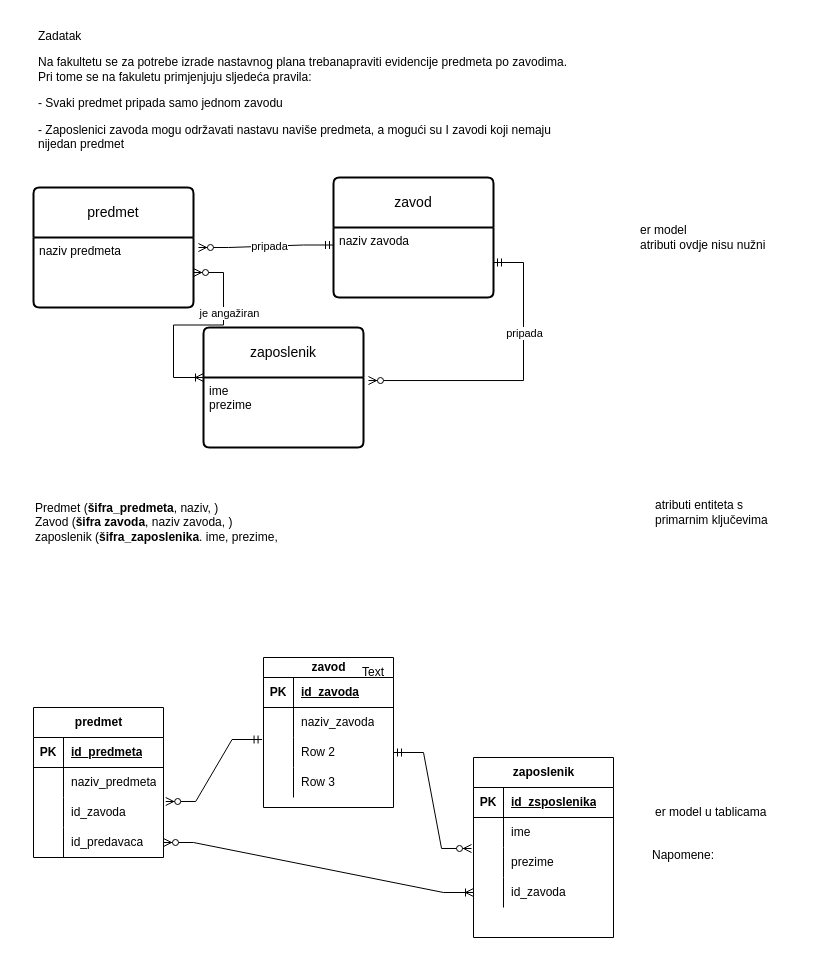
Earlier version of the draw.io diagram fakultet.drawio (RankoSimic/baze_podataka). Source tidied: cells renumbered, new cells numbered last; positions are measured from the earlier drawing's top-left corner, leaving out a move shared by most shapes. Both pictures are drawn from the tidied source at 100%, with x=0, y=0 at pixel (33, 27).
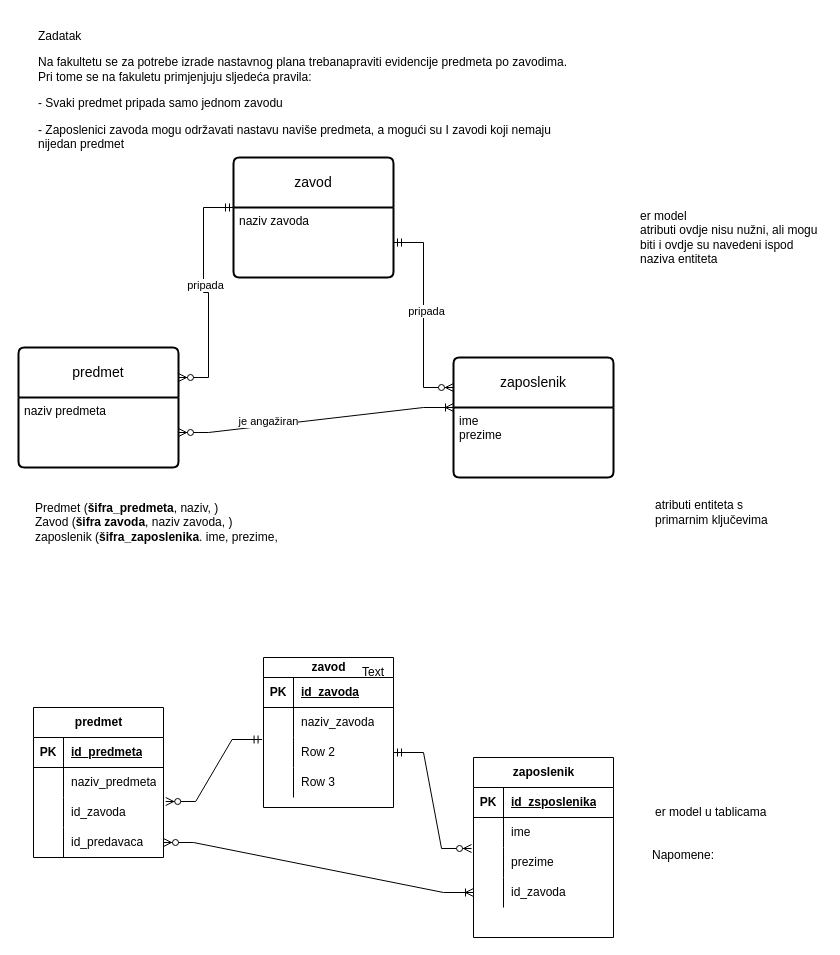
The same page after the edit.

Unchanged cells that the change refers to:
```xml
<mxCell id="46" value="naziv predmeta&lt;br&gt;" style="align=left;strokeColor=none;fillColor=none;spacingLeft=4;fontSize=12;verticalAlign=top;html=1;" parent="45" vertex="1">
  <mxGeometry y="50" width="160" height="70" as="geometry" />
</mxCell>
<mxCell id="48" value="naziv zavoda" style="align=left;strokeColor=none;fillColor=none;spacingLeft=4;fontSize=12;verticalAlign=top;html=1;" parent="47" vertex="1">
  <mxGeometry y="50" width="160" height="70" as="geometry" />
</mxCell>
```

What changed in the source:
```diff
@@
     <mxCell id="45" value="predmet" style="swimlane;horizontal=1;startSize=50;rounded=1;fontSize=14;fontStyle=0;strokeWidth=2;shadow=0;dashed=0;align=center;arcSize=4;whiteSpace=wrap;html=1;" parent="1" vertex="1">
-      <mxGeometry y="160" width="160" height="120" as="geometry" />
+      <mxGeometry x="-15" y="320" width="160" height="120" as="geometry" />
     </mxCell>
@@
     <mxCell id="47" value="zavod" style="swimlane;horizontal=1;startSize=50;rounded=1;fontSize=14;fontStyle=0;strokeWidth=2;shadow=0;dashed=0;align=center;arcSize=4;whiteSpace=wrap;html=1;" parent="1" vertex="1">
-      <mxGeometry x="300" y="150" width="160" height="120" as="geometry" />
+      <mxGeometry x="200" y="130" width="160" height="120" as="geometry" />
     </mxCell>
@@
     <mxCell id="49" value="zaposlenik" style="swimlane;horizontal=1;startSize=50;rounded=1;fontSize=14;fontStyle=0;strokeWidth=2;shadow=0;dashed=0;align=center;arcSize=4;whiteSpace=wrap;html=1;" parent="1" vertex="1">
-      <mxGeometry x="170" y="300" width="160" height="120" as="geometry" />
+      <mxGeometry x="420" y="330" width="160" height="120" as="geometry" />
     </mxCell>
@@
-    <mxCell id="51" style="edgeStyle=entityRelationEdgeStyle;fontSize=12;html=1;endArrow=ERzeroToMany;startArrow=ERmandOne;rounded=0;exitX=0;exitY=0.25;exitDx=0;exitDy=0;entryX=1.031;entryY=0.143;entryDx=0;entryDy=0;entryPerimeter=0;" parent="1" edge="1" source="48" target="46">
-      <mxGeometry relative="1" as="geometry" />
-    </mxCell>
-    <mxCell id="52" value="pripada" style="edgeLabel;html=1;align=center;verticalAlign=middle;" parent="51" vertex="1">
-      <mxGeometry x="-0.04" relative="1" as="geometry" />
-    </mxCell>
-    <mxCell id="53" style="edgeStyle=entityRelationEdgeStyle;fontSize=12;html=1;endArrow=ERzeroToMany;startArrow=ERmandOne;rounded=0;entryX=1.031;entryY=0.442;entryDx=0;entryDy=0;entryPerimeter=0;" parent="1" edge="1" source="48" target="49">
-      <mxGeometry relative="1" as="geometry" />
-    </mxCell>
-    <mxCell id="54" value="pripada" style="edgeLabel;html=1;align=center;verticalAlign=middle;" parent="53" vertex="1">
-      <mxGeometry x="-0.34" relative="1" as="geometry" />
-    </mxCell>
@@
-    <mxCell id="57" value="&lt;div&gt;er model &lt;br&gt;&lt;/div&gt;&lt;div&gt;atributi ovdje nisu nužni &lt;br&gt;&lt;/div&gt;" style="text;html=1;strokeColor=none;fillColor=none;align=left;verticalAlign=middle;whiteSpace=wrap;rounded=0;" parent="1" vertex="1">
-      <mxGeometry x="605" y="195" width="130" height="30" as="geometry" />
+    <mxCell id="57" value="&lt;div&gt;er model &lt;br&gt;&lt;/div&gt;&lt;div&gt;atributi ovdje nisu nužni, ali mogu biti i ovdje su navedeni ispod naziva entiteta&amp;nbsp; &lt;br&gt;&lt;/div&gt;" style="text;html=1;strokeColor=none;fillColor=none;align=left;verticalAlign=middle;whiteSpace=wrap;rounded=0;" parent="1" vertex="1">
+      <mxGeometry x="605" y="195" width="185" height="30" as="geometry" />
     </mxCell>
@@
+    <mxCell id="63" style="edgeStyle=entityRelationEdgeStyle;fontSize=12;html=1;endArrow=ERzeroToMany;startArrow=ERmandOne;rounded=0;entryX=1;entryY=0.25;entryDx=0;entryDy=0;exitX=0;exitY=0;exitDx=0;exitDy=0;" parent="1" edge="1" source="48" target="45">
+      <mxGeometry relative="1" as="geometry">
+        <Array as="points">
+          <mxPoint x="90" y="250" />
+          <mxPoint x="120" y="240" />
+          <mxPoint x="80" y="260" />
+          <mxPoint x="100" y="290" />
+        </Array>
+      </mxGeometry>
+    </mxCell>
+    <mxCell id="64" value="pripada" style="edgeLabel;html=1;align=center;verticalAlign=middle;" parent="63" vertex="1">
+      <mxGeometry x="-0.09" y="1" relative="1" as="geometry" />
+    </mxCell>
+    <mxCell id="53" style="edgeStyle=entityRelationEdgeStyle;fontSize=12;html=1;endArrow=ERzeroToMany;startArrow=ERmandOne;rounded=0;entryX=0;entryY=0.25;entryDx=0;entryDy=0;" parent="1" edge="1" source="48" target="49">
+      <mxGeometry relative="1" as="geometry" />
+    </mxCell>
+    <mxCell id="65" value="pripada" style="edgeLabel;html=1;align=center;verticalAlign=middle;" parent="53" vertex="1">
+      <mxGeometry x="-0.04" y="2" relative="1" as="geometry" />
+    </mxCell>
```
